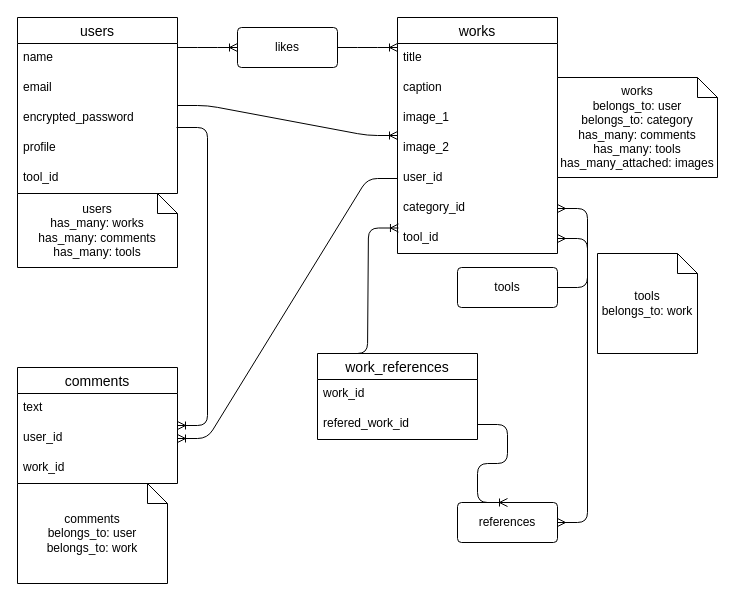
The draw.io diagram ER.drawio in Jumoku-tree/phollowings, before the edit. Source tidied: cells renumbered, new cells numbered last; positions are measured from the earlier drawing's top-left corner, leaving out a move shared by most shapes. Both pictures are drawn from the tidied source at 100%, with x=0, y=0 at pixel (17, 17).
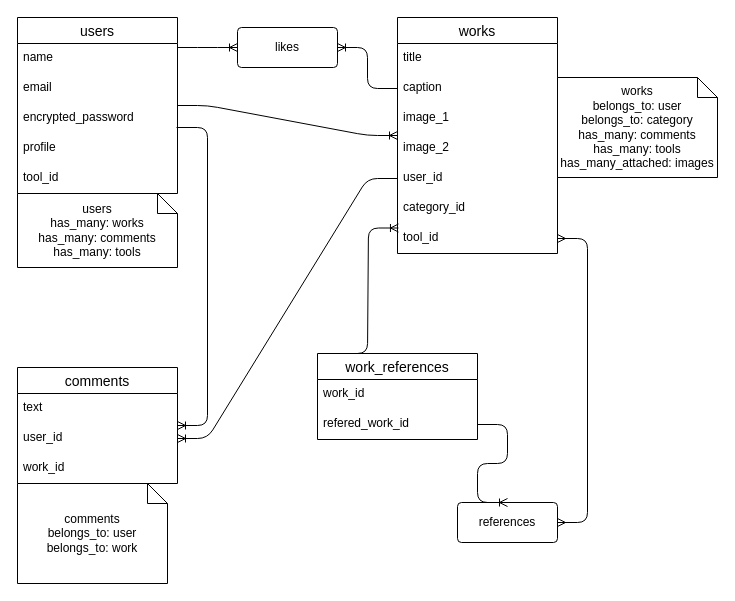
Above is the later version.

Unchanged cells that the change refers to:
```xml
<mxCell id="9" value="title" style="text;strokeColor=none;fillColor=none;spacingLeft=4;spacingRight=4;overflow=hidden;points=[[0,0.5],[1,0.5]];portConstraint=eastwest;fontSize=12;" parent="8" vertex="1">
  <mxGeometry y="26" width="160" height="30" as="geometry" />
</mxCell>
<mxCell id="10" value="caption" style="text;strokeColor=none;fillColor=none;spacingLeft=4;spacingRight=4;overflow=hidden;points=[[0,0.5],[1,0.5]];portConstraint=eastwest;fontSize=12;" parent="8" vertex="1">
  <mxGeometry y="56" width="160" height="30" as="geometry" />
</mxCell>
<mxCell id="14" value="category_id" style="text;strokeColor=none;fillColor=none;spacingLeft=4;spacingRight=4;overflow=hidden;points=[[0,0.5],[1,0.5]];portConstraint=eastwest;fontSize=12;" parent="8" vertex="1">
  <mxGeometry y="176" width="160" height="30" as="geometry" />
</mxCell>
<mxCell id="36" value="likes" style="rounded=1;arcSize=10;whiteSpace=wrap;html=1;align=center;" parent="1" vertex="1">
  <mxGeometry x="220" y="10" width="100" height="40" as="geometry" />
</mxCell>
```

The edit, as a diff of the source:
```diff
@@
-    <mxCell id="26" value="tools" style="rounded=1;arcSize=10;whiteSpace=wrap;html=1;align=center;" parent="1" vertex="1">
-      <mxGeometry x="440" y="250" width="100" height="40" as="geometry" />
-    </mxCell>
-    <mxCell id="27" style="edgeStyle=entityRelationEdgeStyle;fontSize=12;html=1;endArrow=ERmany;exitX=1;exitY=0.5;exitDx=0;exitDy=0;" parent="1" edge="1" source="26" target="14">
-      <mxGeometry relative="1" as="geometry" />
-    </mxCell>
-    <mxCell id="28" value="tools&lt;br&gt;belongs_to: work" style="shape=note;size=20;whiteSpace=wrap;html=1;" parent="1" vertex="1">
-      <mxGeometry x="580" y="236" width="100" height="100" as="geometry" />
-    </mxCell>
@@
-    <mxCell id="38" style="edgeStyle=entityRelationEdgeStyle;fontSize=12;html=1;endArrow=ERoneToMany;entryX=0;entryY=0.133;entryDx=0;entryDy=0;entryPerimeter=0;exitX=1;exitY=0.5;exitDx=0;exitDy=0;" parent="1" edge="1" source="36" target="9">
+    <mxCell id="38" style="edgeStyle=entityRelationEdgeStyle;fontSize=12;html=1;endArrow=ERoneToMany;entryX=1;entryY=0.5;entryDx=0;entryDy=0;exitX=0;exitY=0.5;exitDx=0;exitDy=0;" parent="1" edge="1" source="10" target="36">
       <mxGeometry relative="1" as="geometry" />
     </mxCell>
```
